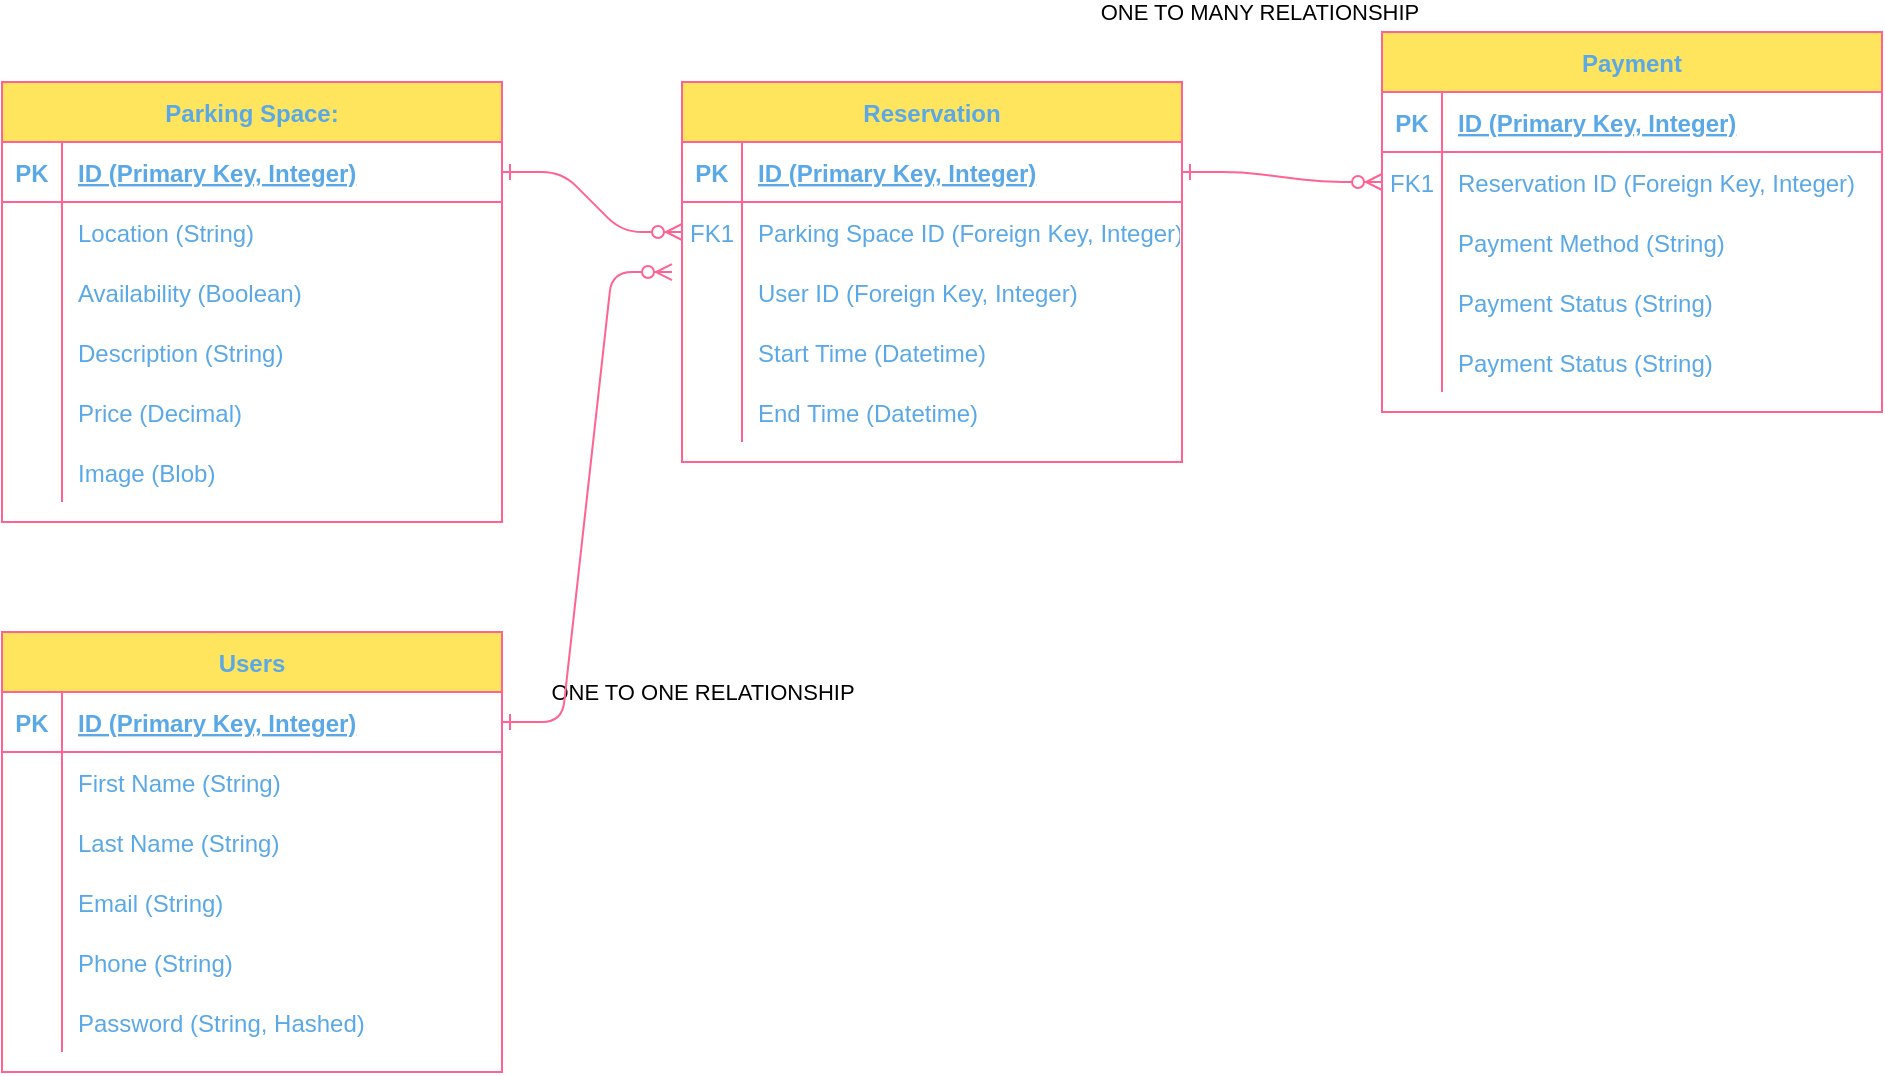
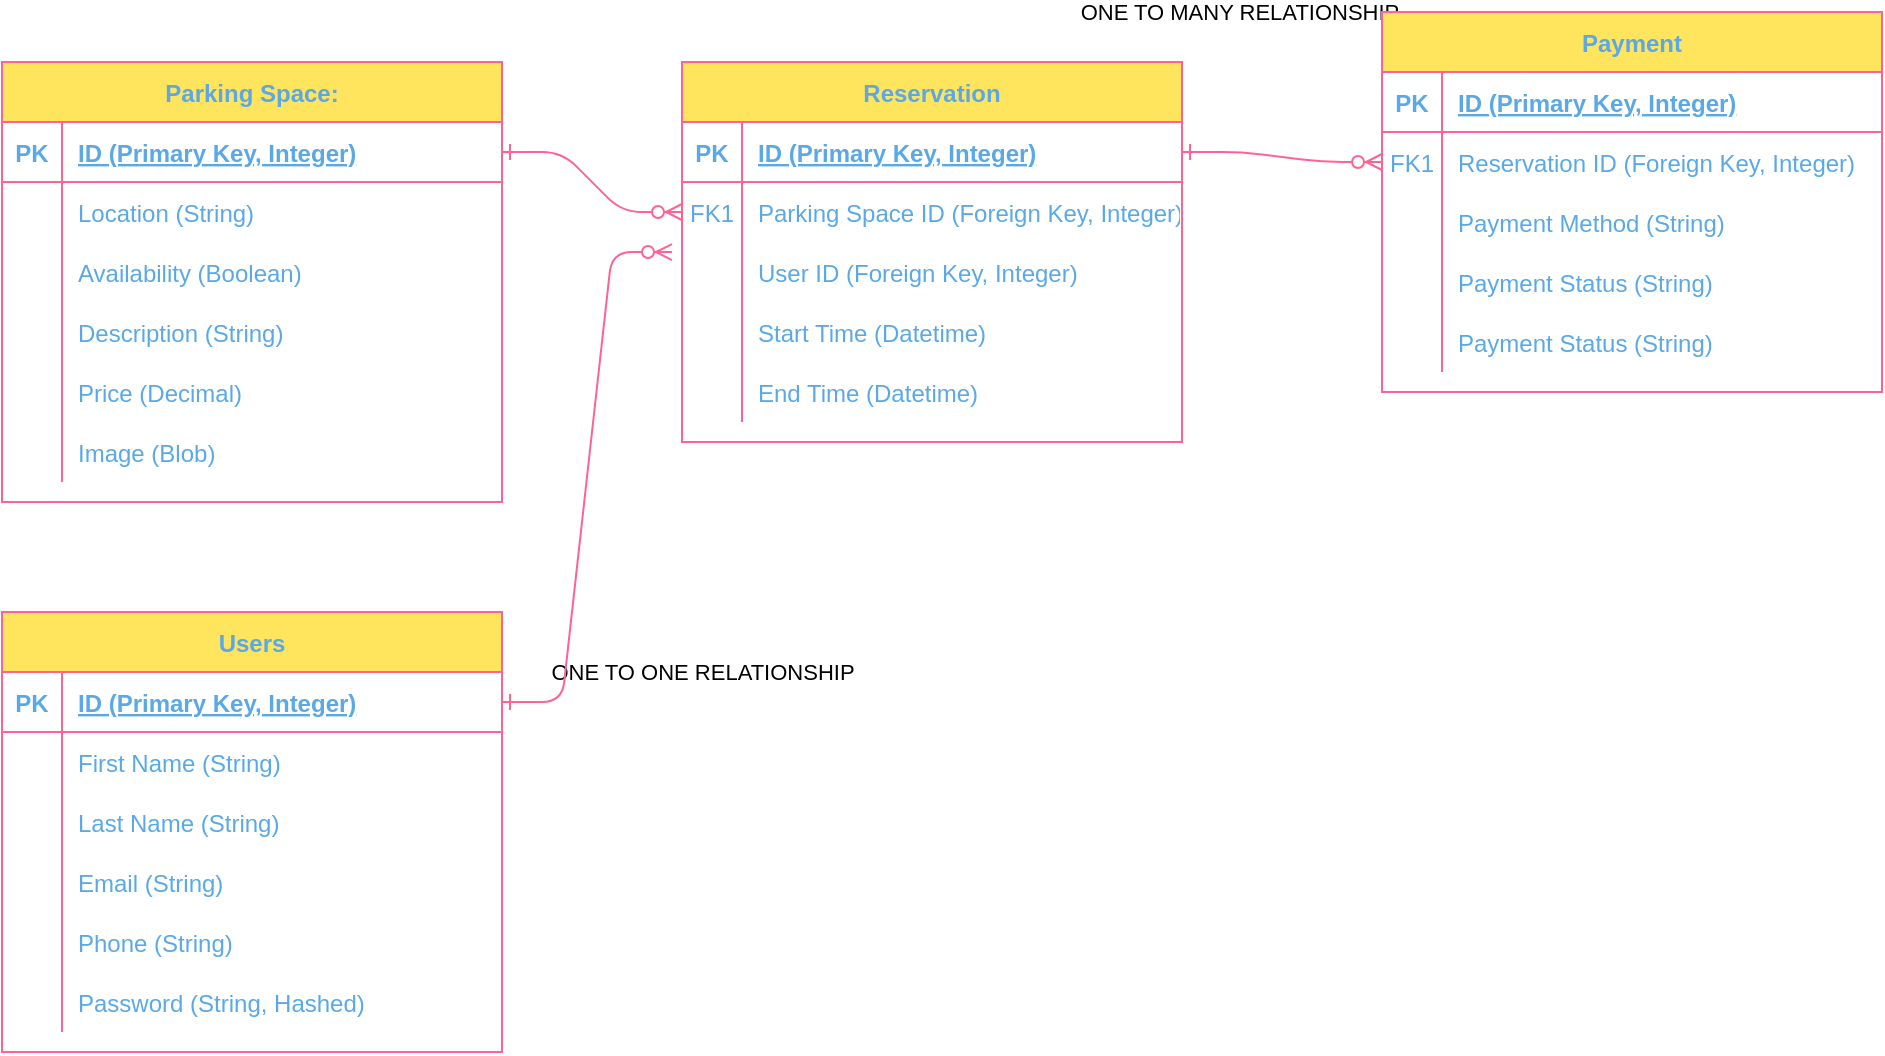
- <mxfile host="app.diagrams.net" modified="2023-02-22T10:48:01.270Z" agent="5.0 (Macintosh; Intel Mac OS X 10_13_6) AppleWebKit/537.36 (KHTML, like Gecko) Chrome/109.0.0.0 Safari/537.36 OPR/95.0.0.0" etag="cK0ejvh6Yk432jtjdpmO" version="20.8.20" type="github">
+ <mxfile host="app.diagrams.net" modified="2023-02-22T10:59:31.775Z" agent="5.0 (Macintosh; Intel Mac OS X 10_13_6) AppleWebKit/537.36 (KHTML, like Gecko) Chrome/109.0.0.0 Safari/537.36 OPR/95.0.0.0" etag="9b-t6reyueWXITPjruxj" version="20.8.20" type="github">
  <diagram id="R2lEEEUBdFMjLlhIrx00" name="Page-1">
    <mxGraphModel dx="754" dy="458" grid="1" gridSize="10" guides="1" tooltips="1" connect="1" arrows="1" fold="1" page="1" pageScale="1" pageWidth="850" pageHeight="1100" math="0" shadow="0" extFonts="Permanent Marker^https://fonts.googleapis.com/css?family=Permanent+Marker">
      <root>
        <mxCell id="0" />
        <mxCell id="1" parent="0" />
        <mxCell id="C-vyLk0tnHw3VtMMgP7b-1" value="" style="edgeStyle=entityRelationEdgeStyle;endArrow=ERzeroToMany;startArrow=ERone;endFill=1;startFill=0;labelBackgroundColor=none;strokeColor=#FF6392;fontColor=default;" parent="1" source="C-vyLk0tnHw3VtMMgP7b-24" target="C-vyLk0tnHw3VtMMgP7b-6" edge="1">
          <mxGeometry width="100" height="100" relative="1" as="geometry">
            <mxPoint x="340" y="720" as="sourcePoint" />
            <mxPoint x="440" y="620" as="targetPoint" />
          </mxGeometry>
        </mxCell>
        <mxCell id="C-vyLk0tnHw3VtMMgP7b-12" value="" style="edgeStyle=entityRelationEdgeStyle;endArrow=ERzeroToMany;startArrow=ERone;endFill=1;startFill=0;labelBackgroundColor=none;strokeColor=#FF6392;fontColor=default;" parent="1" source="C-vyLk0tnHw3VtMMgP7b-3" target="C-vyLk0tnHw3VtMMgP7b-17" edge="1">
          <mxGeometry width="100" height="100" relative="1" as="geometry">
            <mxPoint x="400" y="180" as="sourcePoint" />
            <mxPoint x="460" y="205" as="targetPoint" />
          </mxGeometry>
        </mxCell>
        <mxCell id="jNL8WFmiOKicob7C7oXO-1" value="ONE TO MANY RELATIONSHIP&amp;nbsp;" style="edgeLabel;html=1;align=center;verticalAlign=middle;resizable=0;points=[];" vertex="1" connectable="0" parent="C-vyLk0tnHw3VtMMgP7b-12">
          <mxGeometry x="0.1175" y="1" relative="1" as="geometry">
-             <mxPoint x="-16" y="-82" as="offset" />
+             <mxPoint x="-26" y="-72" as="offset" />
          </mxGeometry>
        </mxCell>
        <mxCell id="jNL8WFmiOKicob7C7oXO-3" value="ONE TO ONE RELATIONSHIP" style="edgeLabel;html=1;align=center;verticalAlign=middle;resizable=0;points=[];" vertex="1" connectable="0" parent="C-vyLk0tnHw3VtMMgP7b-12">
          <mxGeometry x="0.1175" y="1" relative="1" as="geometry">
            <mxPoint x="-296" y="258" as="offset" />
          </mxGeometry>
        </mxCell>
        <mxCell id="C-vyLk0tnHw3VtMMgP7b-2" value="Reservation" style="shape=table;startSize=30;container=1;collapsible=1;childLayout=tableLayout;fixedRows=1;rowLines=0;fontStyle=1;align=center;resizeLast=1;labelBackgroundColor=none;fillColor=#FFE45E;strokeColor=#FF6392;fontColor=#5AA9E6;" parent="1" vertex="1">
          <mxGeometry x="360" y="75" width="250" height="190" as="geometry" />
        </mxCell>
        <mxCell id="C-vyLk0tnHw3VtMMgP7b-3" value="" style="shape=partialRectangle;collapsible=0;dropTarget=0;pointerEvents=0;fillColor=none;points=[[0,0.5],[1,0.5]];portConstraint=eastwest;top=0;left=0;right=0;bottom=1;labelBackgroundColor=none;strokeColor=#FF6392;fontColor=#5AA9E6;" parent="C-vyLk0tnHw3VtMMgP7b-2" vertex="1">
          <mxGeometry y="30" width="250" height="30" as="geometry" />
        </mxCell>
        <mxCell id="C-vyLk0tnHw3VtMMgP7b-4" value="PK" style="shape=partialRectangle;overflow=hidden;connectable=0;fillColor=none;top=0;left=0;bottom=0;right=0;fontStyle=1;labelBackgroundColor=none;strokeColor=#FF6392;fontColor=#5AA9E6;" parent="C-vyLk0tnHw3VtMMgP7b-3" vertex="1">
          <mxGeometry width="30" height="30" as="geometry">
            <mxRectangle width="30" height="30" as="alternateBounds" />
          </mxGeometry>
        </mxCell>
        <mxCell id="C-vyLk0tnHw3VtMMgP7b-5" value="ID (Primary Key, Integer) " style="shape=partialRectangle;overflow=hidden;connectable=0;fillColor=none;top=0;left=0;bottom=0;right=0;align=left;spacingLeft=6;fontStyle=5;labelBackgroundColor=none;strokeColor=#FF6392;fontColor=#5AA9E6;" parent="C-vyLk0tnHw3VtMMgP7b-3" vertex="1">
          <mxGeometry x="30" width="220" height="30" as="geometry">
            <mxRectangle width="220" height="30" as="alternateBounds" />
          </mxGeometry>
        </mxCell>
        <mxCell id="C-vyLk0tnHw3VtMMgP7b-6" value="" style="shape=partialRectangle;collapsible=0;dropTarget=0;pointerEvents=0;fillColor=none;points=[[0,0.5],[1,0.5]];portConstraint=eastwest;top=0;left=0;right=0;bottom=0;labelBackgroundColor=none;strokeColor=#FF6392;fontColor=#5AA9E6;" parent="C-vyLk0tnHw3VtMMgP7b-2" vertex="1">
          <mxGeometry y="60" width="250" height="30" as="geometry" />
        </mxCell>
        <mxCell id="C-vyLk0tnHw3VtMMgP7b-7" value="FK1" style="shape=partialRectangle;overflow=hidden;connectable=0;fillColor=none;top=0;left=0;bottom=0;right=0;labelBackgroundColor=none;strokeColor=#FF6392;fontColor=#5AA9E6;" parent="C-vyLk0tnHw3VtMMgP7b-6" vertex="1">
          <mxGeometry width="30" height="30" as="geometry">
            <mxRectangle width="30" height="30" as="alternateBounds" />
          </mxGeometry>
        </mxCell>
        <mxCell id="C-vyLk0tnHw3VtMMgP7b-8" value="Parking Space ID (Foreign Key, Integer)" style="shape=partialRectangle;overflow=hidden;connectable=0;fillColor=none;top=0;left=0;bottom=0;right=0;align=left;spacingLeft=6;labelBackgroundColor=none;strokeColor=#FF6392;fontColor=#5AA9E6;" parent="C-vyLk0tnHw3VtMMgP7b-6" vertex="1">
          <mxGeometry x="30" width="220" height="30" as="geometry">
            <mxRectangle width="220" height="30" as="alternateBounds" />
          </mxGeometry>
        </mxCell>
        <mxCell id="C-vyLk0tnHw3VtMMgP7b-9" value="" style="shape=partialRectangle;collapsible=0;dropTarget=0;pointerEvents=0;fillColor=none;points=[[0,0.5],[1,0.5]];portConstraint=eastwest;top=0;left=0;right=0;bottom=0;labelBackgroundColor=none;strokeColor=#FF6392;fontColor=#5AA9E6;" parent="C-vyLk0tnHw3VtMMgP7b-2" vertex="1">
          <mxGeometry y="90" width="250" height="30" as="geometry" />
        </mxCell>
        <mxCell id="C-vyLk0tnHw3VtMMgP7b-10" value="" style="shape=partialRectangle;overflow=hidden;connectable=0;fillColor=none;top=0;left=0;bottom=0;right=0;labelBackgroundColor=none;strokeColor=#FF6392;fontColor=#5AA9E6;" parent="C-vyLk0tnHw3VtMMgP7b-9" vertex="1">
          <mxGeometry width="30" height="30" as="geometry">
            <mxRectangle width="30" height="30" as="alternateBounds" />
          </mxGeometry>
        </mxCell>
        <mxCell id="C-vyLk0tnHw3VtMMgP7b-11" value="User ID (Foreign Key, Integer)" style="shape=partialRectangle;overflow=hidden;connectable=0;fillColor=none;top=0;left=0;bottom=0;right=0;align=left;spacingLeft=6;labelBackgroundColor=none;strokeColor=#FF6392;fontColor=#5AA9E6;" parent="C-vyLk0tnHw3VtMMgP7b-9" vertex="1">
          <mxGeometry x="30" width="220" height="30" as="geometry">
            <mxRectangle width="220" height="30" as="alternateBounds" />
          </mxGeometry>
        </mxCell>
        <mxCell id="3NtTHxx7QwfUMoAjP2QX-26" value="" style="shape=partialRectangle;collapsible=0;dropTarget=0;pointerEvents=0;fillColor=none;points=[[0,0.5],[1,0.5]];portConstraint=eastwest;top=0;left=0;right=0;bottom=0;labelBackgroundColor=none;strokeColor=#FF6392;fontColor=#5AA9E6;" parent="C-vyLk0tnHw3VtMMgP7b-2" vertex="1">
          <mxGeometry y="120" width="250" height="30" as="geometry" />
        </mxCell>
        <mxCell id="3NtTHxx7QwfUMoAjP2QX-27" value="" style="shape=partialRectangle;overflow=hidden;connectable=0;fillColor=none;top=0;left=0;bottom=0;right=0;labelBackgroundColor=none;strokeColor=#FF6392;fontColor=#5AA9E6;" parent="3NtTHxx7QwfUMoAjP2QX-26" vertex="1">
          <mxGeometry width="30" height="30" as="geometry">
            <mxRectangle width="30" height="30" as="alternateBounds" />
          </mxGeometry>
        </mxCell>
        <mxCell id="3NtTHxx7QwfUMoAjP2QX-28" value="Start Time (Datetime)" style="shape=partialRectangle;overflow=hidden;connectable=0;fillColor=none;top=0;left=0;bottom=0;right=0;align=left;spacingLeft=6;labelBackgroundColor=none;strokeColor=#FF6392;fontColor=#5AA9E6;" parent="3NtTHxx7QwfUMoAjP2QX-26" vertex="1">
          <mxGeometry x="30" width="220" height="30" as="geometry">
            <mxRectangle width="220" height="30" as="alternateBounds" />
          </mxGeometry>
        </mxCell>
        <mxCell id="3NtTHxx7QwfUMoAjP2QX-29" value="" style="shape=partialRectangle;collapsible=0;dropTarget=0;pointerEvents=0;fillColor=none;points=[[0,0.5],[1,0.5]];portConstraint=eastwest;top=0;left=0;right=0;bottom=0;labelBackgroundColor=none;strokeColor=#FF6392;fontColor=#5AA9E6;" parent="C-vyLk0tnHw3VtMMgP7b-2" vertex="1">
          <mxGeometry y="150" width="250" height="30" as="geometry" />
        </mxCell>
        <mxCell id="3NtTHxx7QwfUMoAjP2QX-30" value="" style="shape=partialRectangle;overflow=hidden;connectable=0;fillColor=none;top=0;left=0;bottom=0;right=0;labelBackgroundColor=none;strokeColor=#FF6392;fontColor=#5AA9E6;" parent="3NtTHxx7QwfUMoAjP2QX-29" vertex="1">
          <mxGeometry width="30" height="30" as="geometry">
            <mxRectangle width="30" height="30" as="alternateBounds" />
          </mxGeometry>
        </mxCell>
        <mxCell id="3NtTHxx7QwfUMoAjP2QX-31" value="End Time (Datetime)" style="shape=partialRectangle;overflow=hidden;connectable=0;fillColor=none;top=0;left=0;bottom=0;right=0;align=left;spacingLeft=6;labelBackgroundColor=none;strokeColor=#FF6392;fontColor=#5AA9E6;" parent="3NtTHxx7QwfUMoAjP2QX-29" vertex="1">
          <mxGeometry x="30" width="220" height="30" as="geometry">
            <mxRectangle width="220" height="30" as="alternateBounds" />
          </mxGeometry>
        </mxCell>
        <mxCell id="C-vyLk0tnHw3VtMMgP7b-13" value="Payment" style="shape=table;startSize=30;container=1;collapsible=1;childLayout=tableLayout;fixedRows=1;rowLines=0;fontStyle=1;align=center;resizeLast=1;labelBackgroundColor=none;fillColor=#FFE45E;strokeColor=#FF6392;fontColor=#5AA9E6;" parent="1" vertex="1">
          <mxGeometry x="710" y="50" width="250" height="190" as="geometry" />
        </mxCell>
        <mxCell id="C-vyLk0tnHw3VtMMgP7b-14" value="" style="shape=partialRectangle;collapsible=0;dropTarget=0;pointerEvents=0;fillColor=none;points=[[0,0.5],[1,0.5]];portConstraint=eastwest;top=0;left=0;right=0;bottom=1;labelBackgroundColor=none;strokeColor=#FF6392;fontColor=#5AA9E6;" parent="C-vyLk0tnHw3VtMMgP7b-13" vertex="1">
          <mxGeometry y="30" width="250" height="30" as="geometry" />
        </mxCell>
        <mxCell id="C-vyLk0tnHw3VtMMgP7b-15" value="PK" style="shape=partialRectangle;overflow=hidden;connectable=0;fillColor=none;top=0;left=0;bottom=0;right=0;fontStyle=1;labelBackgroundColor=none;strokeColor=#FF6392;fontColor=#5AA9E6;" parent="C-vyLk0tnHw3VtMMgP7b-14" vertex="1">
          <mxGeometry width="30" height="30" as="geometry">
            <mxRectangle width="30" height="30" as="alternateBounds" />
          </mxGeometry>
        </mxCell>
        <mxCell id="C-vyLk0tnHw3VtMMgP7b-16" value="ID (Primary Key, Integer) " style="shape=partialRectangle;overflow=hidden;connectable=0;fillColor=none;top=0;left=0;bottom=0;right=0;align=left;spacingLeft=6;fontStyle=5;labelBackgroundColor=none;strokeColor=#FF6392;fontColor=#5AA9E6;" parent="C-vyLk0tnHw3VtMMgP7b-14" vertex="1">
          <mxGeometry x="30" width="220" height="30" as="geometry">
            <mxRectangle width="220" height="30" as="alternateBounds" />
          </mxGeometry>
        </mxCell>
        <mxCell id="C-vyLk0tnHw3VtMMgP7b-17" value="" style="shape=partialRectangle;collapsible=0;dropTarget=0;pointerEvents=0;fillColor=none;points=[[0,0.5],[1,0.5]];portConstraint=eastwest;top=0;left=0;right=0;bottom=0;labelBackgroundColor=none;strokeColor=#FF6392;fontColor=#5AA9E6;" parent="C-vyLk0tnHw3VtMMgP7b-13" vertex="1">
          <mxGeometry y="60" width="250" height="30" as="geometry" />
        </mxCell>
        <mxCell id="C-vyLk0tnHw3VtMMgP7b-18" value="FK1" style="shape=partialRectangle;overflow=hidden;connectable=0;fillColor=none;top=0;left=0;bottom=0;right=0;labelBackgroundColor=none;strokeColor=#FF6392;fontColor=#5AA9E6;" parent="C-vyLk0tnHw3VtMMgP7b-17" vertex="1">
          <mxGeometry width="30" height="30" as="geometry">
            <mxRectangle width="30" height="30" as="alternateBounds" />
          </mxGeometry>
        </mxCell>
        <mxCell id="C-vyLk0tnHw3VtMMgP7b-19" value="Reservation ID (Foreign Key, Integer)" style="shape=partialRectangle;overflow=hidden;connectable=0;fillColor=none;top=0;left=0;bottom=0;right=0;align=left;spacingLeft=6;labelBackgroundColor=none;strokeColor=#FF6392;fontColor=#5AA9E6;" parent="C-vyLk0tnHw3VtMMgP7b-17" vertex="1">
          <mxGeometry x="30" width="220" height="30" as="geometry">
            <mxRectangle width="220" height="30" as="alternateBounds" />
          </mxGeometry>
        </mxCell>
        <mxCell id="C-vyLk0tnHw3VtMMgP7b-20" value="" style="shape=partialRectangle;collapsible=0;dropTarget=0;pointerEvents=0;fillColor=none;points=[[0,0.5],[1,0.5]];portConstraint=eastwest;top=0;left=0;right=0;bottom=0;labelBackgroundColor=none;strokeColor=#FF6392;fontColor=#5AA9E6;" parent="C-vyLk0tnHw3VtMMgP7b-13" vertex="1">
          <mxGeometry y="90" width="250" height="30" as="geometry" />
        </mxCell>
        <mxCell id="C-vyLk0tnHw3VtMMgP7b-21" value="" style="shape=partialRectangle;overflow=hidden;connectable=0;fillColor=none;top=0;left=0;bottom=0;right=0;labelBackgroundColor=none;strokeColor=#FF6392;fontColor=#5AA9E6;" parent="C-vyLk0tnHw3VtMMgP7b-20" vertex="1">
          <mxGeometry width="30" height="30" as="geometry">
            <mxRectangle width="30" height="30" as="alternateBounds" />
          </mxGeometry>
        </mxCell>
        <mxCell id="C-vyLk0tnHw3VtMMgP7b-22" value="Payment Method (String)" style="shape=partialRectangle;overflow=hidden;connectable=0;fillColor=none;top=0;left=0;bottom=0;right=0;align=left;spacingLeft=6;labelBackgroundColor=none;strokeColor=#FF6392;fontColor=#5AA9E6;" parent="C-vyLk0tnHw3VtMMgP7b-20" vertex="1">
          <mxGeometry x="30" width="220" height="30" as="geometry">
            <mxRectangle width="220" height="30" as="alternateBounds" />
          </mxGeometry>
        </mxCell>
        <mxCell id="3NtTHxx7QwfUMoAjP2QX-32" value="" style="shape=partialRectangle;collapsible=0;dropTarget=0;pointerEvents=0;fillColor=none;points=[[0,0.5],[1,0.5]];portConstraint=eastwest;top=0;left=0;right=0;bottom=0;labelBackgroundColor=none;strokeColor=#FF6392;fontColor=#5AA9E6;" parent="C-vyLk0tnHw3VtMMgP7b-13" vertex="1">
          <mxGeometry y="120" width="250" height="30" as="geometry" />
        </mxCell>
        <mxCell id="3NtTHxx7QwfUMoAjP2QX-33" value="" style="shape=partialRectangle;overflow=hidden;connectable=0;fillColor=none;top=0;left=0;bottom=0;right=0;labelBackgroundColor=none;strokeColor=#FF6392;fontColor=#5AA9E6;" parent="3NtTHxx7QwfUMoAjP2QX-32" vertex="1">
          <mxGeometry width="30" height="30" as="geometry">
            <mxRectangle width="30" height="30" as="alternateBounds" />
          </mxGeometry>
        </mxCell>
        <mxCell id="3NtTHxx7QwfUMoAjP2QX-34" value="Payment Status (String)" style="shape=partialRectangle;overflow=hidden;connectable=0;fillColor=none;top=0;left=0;bottom=0;right=0;align=left;spacingLeft=6;labelBackgroundColor=none;strokeColor=#FF6392;fontColor=#5AA9E6;" parent="3NtTHxx7QwfUMoAjP2QX-32" vertex="1">
          <mxGeometry x="30" width="220" height="30" as="geometry">
            <mxRectangle width="220" height="30" as="alternateBounds" />
          </mxGeometry>
        </mxCell>
        <mxCell id="3NtTHxx7QwfUMoAjP2QX-35" value="" style="shape=partialRectangle;collapsible=0;dropTarget=0;pointerEvents=0;fillColor=none;points=[[0,0.5],[1,0.5]];portConstraint=eastwest;top=0;left=0;right=0;bottom=0;labelBackgroundColor=none;strokeColor=#FF6392;fontColor=#5AA9E6;" parent="C-vyLk0tnHw3VtMMgP7b-13" vertex="1">
          <mxGeometry y="150" width="250" height="30" as="geometry" />
        </mxCell>
        <mxCell id="3NtTHxx7QwfUMoAjP2QX-36" value="" style="shape=partialRectangle;overflow=hidden;connectable=0;fillColor=none;top=0;left=0;bottom=0;right=0;labelBackgroundColor=none;strokeColor=#FF6392;fontColor=#5AA9E6;" parent="3NtTHxx7QwfUMoAjP2QX-35" vertex="1">
          <mxGeometry width="30" height="30" as="geometry">
            <mxRectangle width="30" height="30" as="alternateBounds" />
          </mxGeometry>
        </mxCell>
        <mxCell id="3NtTHxx7QwfUMoAjP2QX-37" value="Payment Status (String)" style="shape=partialRectangle;overflow=hidden;connectable=0;fillColor=none;top=0;left=0;bottom=0;right=0;align=left;spacingLeft=6;labelBackgroundColor=none;strokeColor=#FF6392;fontColor=#5AA9E6;" parent="3NtTHxx7QwfUMoAjP2QX-35" vertex="1">
          <mxGeometry x="30" width="220" height="30" as="geometry">
            <mxRectangle width="220" height="30" as="alternateBounds" />
          </mxGeometry>
        </mxCell>
        <mxCell id="C-vyLk0tnHw3VtMMgP7b-23" value="Parking Space:" style="shape=table;startSize=30;container=1;collapsible=1;childLayout=tableLayout;fixedRows=1;rowLines=0;fontStyle=1;align=center;resizeLast=1;labelBackgroundColor=none;fillColor=#FFE45E;strokeColor=#FF6392;fontColor=#5AA9E6;" parent="1" vertex="1">
          <mxGeometry x="20" y="75" width="250" height="220" as="geometry" />
        </mxCell>
        <mxCell id="C-vyLk0tnHw3VtMMgP7b-24" value="" style="shape=partialRectangle;collapsible=0;dropTarget=0;pointerEvents=0;fillColor=none;points=[[0,0.5],[1,0.5]];portConstraint=eastwest;top=0;left=0;right=0;bottom=1;labelBackgroundColor=none;strokeColor=#FF6392;fontColor=#5AA9E6;" parent="C-vyLk0tnHw3VtMMgP7b-23" vertex="1">
          <mxGeometry y="30" width="250" height="30" as="geometry" />
        </mxCell>
        <mxCell id="C-vyLk0tnHw3VtMMgP7b-25" value="PK" style="shape=partialRectangle;overflow=hidden;connectable=0;fillColor=none;top=0;left=0;bottom=0;right=0;fontStyle=1;labelBackgroundColor=none;strokeColor=#FF6392;fontColor=#5AA9E6;" parent="C-vyLk0tnHw3VtMMgP7b-24" vertex="1">
          <mxGeometry width="30" height="30" as="geometry">
            <mxRectangle width="30" height="30" as="alternateBounds" />
          </mxGeometry>
        </mxCell>
        <mxCell id="C-vyLk0tnHw3VtMMgP7b-26" value="ID (Primary Key, Integer) " style="shape=partialRectangle;overflow=hidden;connectable=0;fillColor=none;top=0;left=0;bottom=0;right=0;align=left;spacingLeft=6;fontStyle=5;labelBackgroundColor=none;strokeColor=#FF6392;fontColor=#5AA9E6;" parent="C-vyLk0tnHw3VtMMgP7b-24" vertex="1">
          <mxGeometry x="30" width="220" height="30" as="geometry">
            <mxRectangle width="220" height="30" as="alternateBounds" />
          </mxGeometry>
        </mxCell>
        <mxCell id="C-vyLk0tnHw3VtMMgP7b-27" value="" style="shape=partialRectangle;collapsible=0;dropTarget=0;pointerEvents=0;fillColor=none;points=[[0,0.5],[1,0.5]];portConstraint=eastwest;top=0;left=0;right=0;bottom=0;labelBackgroundColor=none;strokeColor=#FF6392;fontColor=#5AA9E6;" parent="C-vyLk0tnHw3VtMMgP7b-23" vertex="1">
          <mxGeometry y="60" width="250" height="30" as="geometry" />
        </mxCell>
        <mxCell id="C-vyLk0tnHw3VtMMgP7b-28" value="" style="shape=partialRectangle;overflow=hidden;connectable=0;fillColor=none;top=0;left=0;bottom=0;right=0;labelBackgroundColor=none;strokeColor=#FF6392;fontColor=#5AA9E6;" parent="C-vyLk0tnHw3VtMMgP7b-27" vertex="1">
          <mxGeometry width="30" height="30" as="geometry">
            <mxRectangle width="30" height="30" as="alternateBounds" />
          </mxGeometry>
        </mxCell>
        <mxCell id="C-vyLk0tnHw3VtMMgP7b-29" value="Location (String)" style="shape=partialRectangle;overflow=hidden;connectable=0;fillColor=none;top=0;left=0;bottom=0;right=0;align=left;spacingLeft=6;labelBackgroundColor=none;strokeColor=#FF6392;fontColor=#5AA9E6;" parent="C-vyLk0tnHw3VtMMgP7b-27" vertex="1">
          <mxGeometry x="30" width="220" height="30" as="geometry">
            <mxRectangle width="220" height="30" as="alternateBounds" />
          </mxGeometry>
        </mxCell>
        <mxCell id="3NtTHxx7QwfUMoAjP2QX-1" value="" style="shape=partialRectangle;collapsible=0;dropTarget=0;pointerEvents=0;fillColor=none;points=[[0,0.5],[1,0.5]];portConstraint=eastwest;top=0;left=0;right=0;bottom=0;labelBackgroundColor=none;strokeColor=#FF6392;fontColor=#5AA9E6;" parent="C-vyLk0tnHw3VtMMgP7b-23" vertex="1">
          <mxGeometry y="90" width="250" height="30" as="geometry" />
        </mxCell>
        <mxCell id="3NtTHxx7QwfUMoAjP2QX-2" value="" style="shape=partialRectangle;overflow=hidden;connectable=0;fillColor=none;top=0;left=0;bottom=0;right=0;labelBackgroundColor=none;strokeColor=#FF6392;fontColor=#5AA9E6;" parent="3NtTHxx7QwfUMoAjP2QX-1" vertex="1">
          <mxGeometry width="30" height="30" as="geometry">
            <mxRectangle width="30" height="30" as="alternateBounds" />
          </mxGeometry>
        </mxCell>
        <mxCell id="3NtTHxx7QwfUMoAjP2QX-3" value="Availability (Boolean)" style="shape=partialRectangle;overflow=hidden;connectable=0;fillColor=none;top=0;left=0;bottom=0;right=0;align=left;spacingLeft=6;labelBackgroundColor=none;strokeColor=#FF6392;fontColor=#5AA9E6;" parent="3NtTHxx7QwfUMoAjP2QX-1" vertex="1">
          <mxGeometry x="30" width="220" height="30" as="geometry">
            <mxRectangle width="220" height="30" as="alternateBounds" />
          </mxGeometry>
        </mxCell>
        <mxCell id="3NtTHxx7QwfUMoAjP2QX-4" value="" style="shape=partialRectangle;collapsible=0;dropTarget=0;pointerEvents=0;fillColor=none;points=[[0,0.5],[1,0.5]];portConstraint=eastwest;top=0;left=0;right=0;bottom=0;labelBackgroundColor=none;strokeColor=#FF6392;fontColor=#5AA9E6;" parent="C-vyLk0tnHw3VtMMgP7b-23" vertex="1">
          <mxGeometry y="120" width="250" height="30" as="geometry" />
        </mxCell>
        <mxCell id="3NtTHxx7QwfUMoAjP2QX-5" value="" style="shape=partialRectangle;overflow=hidden;connectable=0;fillColor=none;top=0;left=0;bottom=0;right=0;labelBackgroundColor=none;strokeColor=#FF6392;fontColor=#5AA9E6;" parent="3NtTHxx7QwfUMoAjP2QX-4" vertex="1">
          <mxGeometry width="30" height="30" as="geometry">
            <mxRectangle width="30" height="30" as="alternateBounds" />
          </mxGeometry>
        </mxCell>
        <mxCell id="3NtTHxx7QwfUMoAjP2QX-6" value="Description (String)" style="shape=partialRectangle;overflow=hidden;connectable=0;fillColor=none;top=0;left=0;bottom=0;right=0;align=left;spacingLeft=6;labelBackgroundColor=none;strokeColor=#FF6392;fontColor=#5AA9E6;" parent="3NtTHxx7QwfUMoAjP2QX-4" vertex="1">
          <mxGeometry x="30" width="220" height="30" as="geometry">
            <mxRectangle width="220" height="30" as="alternateBounds" />
          </mxGeometry>
        </mxCell>
        <mxCell id="3NtTHxx7QwfUMoAjP2QX-10" value="" style="shape=partialRectangle;collapsible=0;dropTarget=0;pointerEvents=0;fillColor=none;points=[[0,0.5],[1,0.5]];portConstraint=eastwest;top=0;left=0;right=0;bottom=0;labelBackgroundColor=none;strokeColor=#FF6392;fontColor=#5AA9E6;" parent="C-vyLk0tnHw3VtMMgP7b-23" vertex="1">
          <mxGeometry y="150" width="250" height="30" as="geometry" />
        </mxCell>
        <mxCell id="3NtTHxx7QwfUMoAjP2QX-11" value="" style="shape=partialRectangle;overflow=hidden;connectable=0;fillColor=none;top=0;left=0;bottom=0;right=0;labelBackgroundColor=none;strokeColor=#FF6392;fontColor=#5AA9E6;" parent="3NtTHxx7QwfUMoAjP2QX-10" vertex="1">
          <mxGeometry width="30" height="30" as="geometry">
            <mxRectangle width="30" height="30" as="alternateBounds" />
          </mxGeometry>
        </mxCell>
        <mxCell id="3NtTHxx7QwfUMoAjP2QX-12" value="Price (Decimal)" style="shape=partialRectangle;overflow=hidden;connectable=0;fillColor=none;top=0;left=0;bottom=0;right=0;align=left;spacingLeft=6;labelBackgroundColor=none;strokeColor=#FF6392;fontColor=#5AA9E6;" parent="3NtTHxx7QwfUMoAjP2QX-10" vertex="1">
          <mxGeometry x="30" width="220" height="30" as="geometry">
            <mxRectangle width="220" height="30" as="alternateBounds" />
          </mxGeometry>
        </mxCell>
        <mxCell id="3NtTHxx7QwfUMoAjP2QX-13" value="" style="shape=partialRectangle;collapsible=0;dropTarget=0;pointerEvents=0;fillColor=none;points=[[0,0.5],[1,0.5]];portConstraint=eastwest;top=0;left=0;right=0;bottom=0;labelBackgroundColor=none;strokeColor=#FF6392;fontColor=#5AA9E6;" parent="C-vyLk0tnHw3VtMMgP7b-23" vertex="1">
          <mxGeometry y="180" width="250" height="30" as="geometry" />
        </mxCell>
        <mxCell id="3NtTHxx7QwfUMoAjP2QX-14" value="" style="shape=partialRectangle;overflow=hidden;connectable=0;fillColor=none;top=0;left=0;bottom=0;right=0;labelBackgroundColor=none;strokeColor=#FF6392;fontColor=#5AA9E6;" parent="3NtTHxx7QwfUMoAjP2QX-13" vertex="1">
          <mxGeometry width="30" height="30" as="geometry">
            <mxRectangle width="30" height="30" as="alternateBounds" />
          </mxGeometry>
        </mxCell>
        <mxCell id="3NtTHxx7QwfUMoAjP2QX-15" value="Image (Blob)" style="shape=partialRectangle;overflow=hidden;connectable=0;fillColor=none;top=0;left=0;bottom=0;right=0;align=left;spacingLeft=6;labelBackgroundColor=none;strokeColor=#FF6392;fontColor=#5AA9E6;" parent="3NtTHxx7QwfUMoAjP2QX-13" vertex="1">
          <mxGeometry x="30" width="220" height="30" as="geometry">
            <mxRectangle width="220" height="30" as="alternateBounds" />
          </mxGeometry>
        </mxCell>
        <mxCell id="3NtTHxx7QwfUMoAjP2QX-38" value="Users" style="shape=table;startSize=30;container=1;collapsible=1;childLayout=tableLayout;fixedRows=1;rowLines=0;fontStyle=1;align=center;resizeLast=1;labelBackgroundColor=none;fillColor=#FFE45E;strokeColor=#FF6392;fontColor=#5AA9E6;" parent="1" vertex="1">
          <mxGeometry x="20" y="350" width="250" height="220" as="geometry" />
        </mxCell>
        <mxCell id="3NtTHxx7QwfUMoAjP2QX-39" value="" style="shape=partialRectangle;collapsible=0;dropTarget=0;pointerEvents=0;fillColor=none;points=[[0,0.5],[1,0.5]];portConstraint=eastwest;top=0;left=0;right=0;bottom=1;labelBackgroundColor=none;strokeColor=#FF6392;fontColor=#5AA9E6;" parent="3NtTHxx7QwfUMoAjP2QX-38" vertex="1">
          <mxGeometry y="30" width="250" height="30" as="geometry" />
        </mxCell>
        <mxCell id="3NtTHxx7QwfUMoAjP2QX-40" value="PK" style="shape=partialRectangle;overflow=hidden;connectable=0;fillColor=none;top=0;left=0;bottom=0;right=0;fontStyle=1;labelBackgroundColor=none;strokeColor=#FF6392;fontColor=#5AA9E6;" parent="3NtTHxx7QwfUMoAjP2QX-39" vertex="1">
          <mxGeometry width="30" height="30" as="geometry">
            <mxRectangle width="30" height="30" as="alternateBounds" />
          </mxGeometry>
        </mxCell>
        <mxCell id="3NtTHxx7QwfUMoAjP2QX-41" value="ID (Primary Key, Integer) " style="shape=partialRectangle;overflow=hidden;connectable=0;fillColor=none;top=0;left=0;bottom=0;right=0;align=left;spacingLeft=6;fontStyle=5;labelBackgroundColor=none;strokeColor=#FF6392;fontColor=#5AA9E6;" parent="3NtTHxx7QwfUMoAjP2QX-39" vertex="1">
          <mxGeometry x="30" width="220" height="30" as="geometry">
            <mxRectangle width="220" height="30" as="alternateBounds" />
          </mxGeometry>
        </mxCell>
        <mxCell id="3NtTHxx7QwfUMoAjP2QX-42" value="" style="shape=partialRectangle;collapsible=0;dropTarget=0;pointerEvents=0;fillColor=none;points=[[0,0.5],[1,0.5]];portConstraint=eastwest;top=0;left=0;right=0;bottom=0;labelBackgroundColor=none;strokeColor=#FF6392;fontColor=#5AA9E6;" parent="3NtTHxx7QwfUMoAjP2QX-38" vertex="1">
          <mxGeometry y="60" width="250" height="30" as="geometry" />
        </mxCell>
        <mxCell id="3NtTHxx7QwfUMoAjP2QX-43" value="" style="shape=partialRectangle;overflow=hidden;connectable=0;fillColor=none;top=0;left=0;bottom=0;right=0;labelBackgroundColor=none;strokeColor=#FF6392;fontColor=#5AA9E6;" parent="3NtTHxx7QwfUMoAjP2QX-42" vertex="1">
          <mxGeometry width="30" height="30" as="geometry">
            <mxRectangle width="30" height="30" as="alternateBounds" />
          </mxGeometry>
        </mxCell>
        <mxCell id="3NtTHxx7QwfUMoAjP2QX-44" value="First Name (String)" style="shape=partialRectangle;overflow=hidden;connectable=0;fillColor=none;top=0;left=0;bottom=0;right=0;align=left;spacingLeft=6;labelBackgroundColor=none;strokeColor=#FF6392;fontColor=#5AA9E6;" parent="3NtTHxx7QwfUMoAjP2QX-42" vertex="1">
          <mxGeometry x="30" width="220" height="30" as="geometry">
            <mxRectangle width="220" height="30" as="alternateBounds" />
          </mxGeometry>
        </mxCell>
        <mxCell id="3NtTHxx7QwfUMoAjP2QX-45" value="" style="shape=partialRectangle;collapsible=0;dropTarget=0;pointerEvents=0;fillColor=none;points=[[0,0.5],[1,0.5]];portConstraint=eastwest;top=0;left=0;right=0;bottom=0;labelBackgroundColor=none;strokeColor=#FF6392;fontColor=#5AA9E6;" parent="3NtTHxx7QwfUMoAjP2QX-38" vertex="1">
          <mxGeometry y="90" width="250" height="30" as="geometry" />
        </mxCell>
        <mxCell id="3NtTHxx7QwfUMoAjP2QX-46" value="" style="shape=partialRectangle;overflow=hidden;connectable=0;fillColor=none;top=0;left=0;bottom=0;right=0;labelBackgroundColor=none;strokeColor=#FF6392;fontColor=#5AA9E6;" parent="3NtTHxx7QwfUMoAjP2QX-45" vertex="1">
          <mxGeometry width="30" height="30" as="geometry">
            <mxRectangle width="30" height="30" as="alternateBounds" />
          </mxGeometry>
        </mxCell>
        <mxCell id="3NtTHxx7QwfUMoAjP2QX-47" value="Last Name (String)" style="shape=partialRectangle;overflow=hidden;connectable=0;fillColor=none;top=0;left=0;bottom=0;right=0;align=left;spacingLeft=6;labelBackgroundColor=none;strokeColor=#FF6392;fontColor=#5AA9E6;" parent="3NtTHxx7QwfUMoAjP2QX-45" vertex="1">
          <mxGeometry x="30" width="220" height="30" as="geometry">
            <mxRectangle width="220" height="30" as="alternateBounds" />
          </mxGeometry>
        </mxCell>
        <mxCell id="3NtTHxx7QwfUMoAjP2QX-48" value="" style="shape=partialRectangle;collapsible=0;dropTarget=0;pointerEvents=0;fillColor=none;points=[[0,0.5],[1,0.5]];portConstraint=eastwest;top=0;left=0;right=0;bottom=0;labelBackgroundColor=none;strokeColor=#FF6392;fontColor=#5AA9E6;" parent="3NtTHxx7QwfUMoAjP2QX-38" vertex="1">
          <mxGeometry y="120" width="250" height="30" as="geometry" />
        </mxCell>
        <mxCell id="3NtTHxx7QwfUMoAjP2QX-49" value="" style="shape=partialRectangle;overflow=hidden;connectable=0;fillColor=none;top=0;left=0;bottom=0;right=0;labelBackgroundColor=none;strokeColor=#FF6392;fontColor=#5AA9E6;" parent="3NtTHxx7QwfUMoAjP2QX-48" vertex="1">
          <mxGeometry width="30" height="30" as="geometry">
            <mxRectangle width="30" height="30" as="alternateBounds" />
          </mxGeometry>
        </mxCell>
        <mxCell id="3NtTHxx7QwfUMoAjP2QX-50" value="Email (String)" style="shape=partialRectangle;overflow=hidden;connectable=0;fillColor=none;top=0;left=0;bottom=0;right=0;align=left;spacingLeft=6;labelBackgroundColor=none;strokeColor=#FF6392;fontColor=#5AA9E6;" parent="3NtTHxx7QwfUMoAjP2QX-48" vertex="1">
          <mxGeometry x="30" width="220" height="30" as="geometry">
            <mxRectangle width="220" height="30" as="alternateBounds" />
          </mxGeometry>
        </mxCell>
        <mxCell id="3NtTHxx7QwfUMoAjP2QX-51" value="" style="shape=partialRectangle;collapsible=0;dropTarget=0;pointerEvents=0;fillColor=none;points=[[0,0.5],[1,0.5]];portConstraint=eastwest;top=0;left=0;right=0;bottom=0;labelBackgroundColor=none;strokeColor=#FF6392;fontColor=#5AA9E6;" parent="3NtTHxx7QwfUMoAjP2QX-38" vertex="1">
          <mxGeometry y="150" width="250" height="30" as="geometry" />
        </mxCell>
        <mxCell id="3NtTHxx7QwfUMoAjP2QX-52" value="" style="shape=partialRectangle;overflow=hidden;connectable=0;fillColor=none;top=0;left=0;bottom=0;right=0;labelBackgroundColor=none;strokeColor=#FF6392;fontColor=#5AA9E6;" parent="3NtTHxx7QwfUMoAjP2QX-51" vertex="1">
          <mxGeometry width="30" height="30" as="geometry">
            <mxRectangle width="30" height="30" as="alternateBounds" />
          </mxGeometry>
        </mxCell>
        <mxCell id="3NtTHxx7QwfUMoAjP2QX-53" value="Phone (String)" style="shape=partialRectangle;overflow=hidden;connectable=0;fillColor=none;top=0;left=0;bottom=0;right=0;align=left;spacingLeft=6;labelBackgroundColor=none;strokeColor=#FF6392;fontColor=#5AA9E6;" parent="3NtTHxx7QwfUMoAjP2QX-51" vertex="1">
          <mxGeometry x="30" width="220" height="30" as="geometry">
            <mxRectangle width="220" height="30" as="alternateBounds" />
          </mxGeometry>
        </mxCell>
        <mxCell id="3NtTHxx7QwfUMoAjP2QX-54" value="" style="shape=partialRectangle;collapsible=0;dropTarget=0;pointerEvents=0;fillColor=none;points=[[0,0.5],[1,0.5]];portConstraint=eastwest;top=0;left=0;right=0;bottom=0;labelBackgroundColor=none;strokeColor=#FF6392;fontColor=#5AA9E6;" parent="3NtTHxx7QwfUMoAjP2QX-38" vertex="1">
          <mxGeometry y="180" width="250" height="30" as="geometry" />
        </mxCell>
        <mxCell id="3NtTHxx7QwfUMoAjP2QX-55" value="" style="shape=partialRectangle;overflow=hidden;connectable=0;fillColor=none;top=0;left=0;bottom=0;right=0;labelBackgroundColor=none;strokeColor=#FF6392;fontColor=#5AA9E6;" parent="3NtTHxx7QwfUMoAjP2QX-54" vertex="1">
          <mxGeometry width="30" height="30" as="geometry">
            <mxRectangle width="30" height="30" as="alternateBounds" />
          </mxGeometry>
        </mxCell>
        <mxCell id="3NtTHxx7QwfUMoAjP2QX-56" value="Password (String, Hashed)" style="shape=partialRectangle;overflow=hidden;connectable=0;fillColor=none;top=0;left=0;bottom=0;right=0;align=left;spacingLeft=6;labelBackgroundColor=none;strokeColor=#FF6392;fontColor=#5AA9E6;" parent="3NtTHxx7QwfUMoAjP2QX-54" vertex="1">
          <mxGeometry x="30" width="220" height="30" as="geometry">
            <mxRectangle width="220" height="30" as="alternateBounds" />
          </mxGeometry>
        </mxCell>
        <mxCell id="3NtTHxx7QwfUMoAjP2QX-58" value="" style="edgeStyle=entityRelationEdgeStyle;endArrow=ERzeroToMany;startArrow=ERone;endFill=1;startFill=0;labelBackgroundColor=none;strokeColor=#FF6392;fontColor=default;exitX=1;exitY=0.5;exitDx=0;exitDy=0;entryX=-0.02;entryY=0.167;entryDx=0;entryDy=0;entryPerimeter=0;" parent="1" source="3NtTHxx7QwfUMoAjP2QX-39" target="C-vyLk0tnHw3VtMMgP7b-9" edge="1">
          <mxGeometry width="100" height="100" relative="1" as="geometry">
            <mxPoint x="280" y="140" as="sourcePoint" />
            <mxPoint x="350" y="170" as="targetPoint" />
          </mxGeometry>
        </mxCell>
      </root>
    </mxGraphModel>
  </diagram>
</mxfile>
